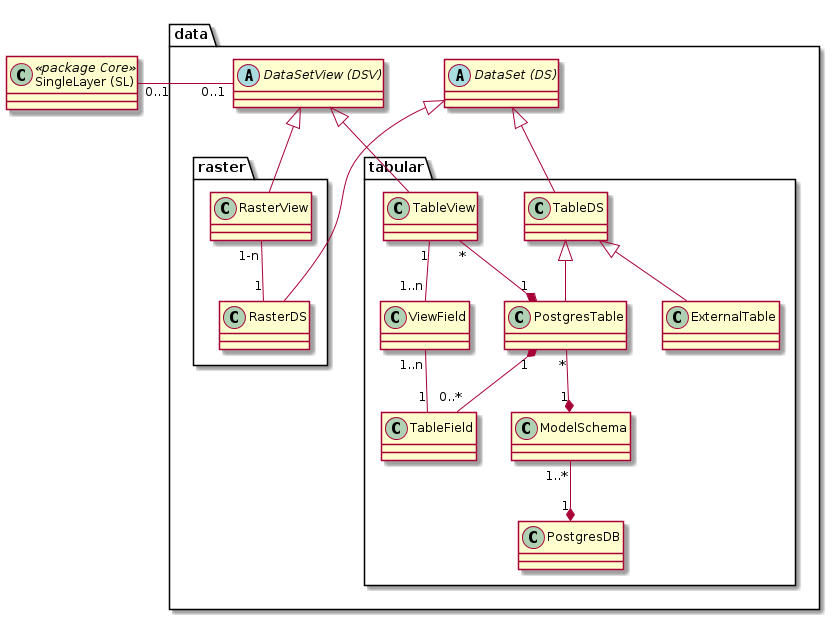
Above: puml_output/simi_data.png in simi-so/mm (PlantUML), before the change.
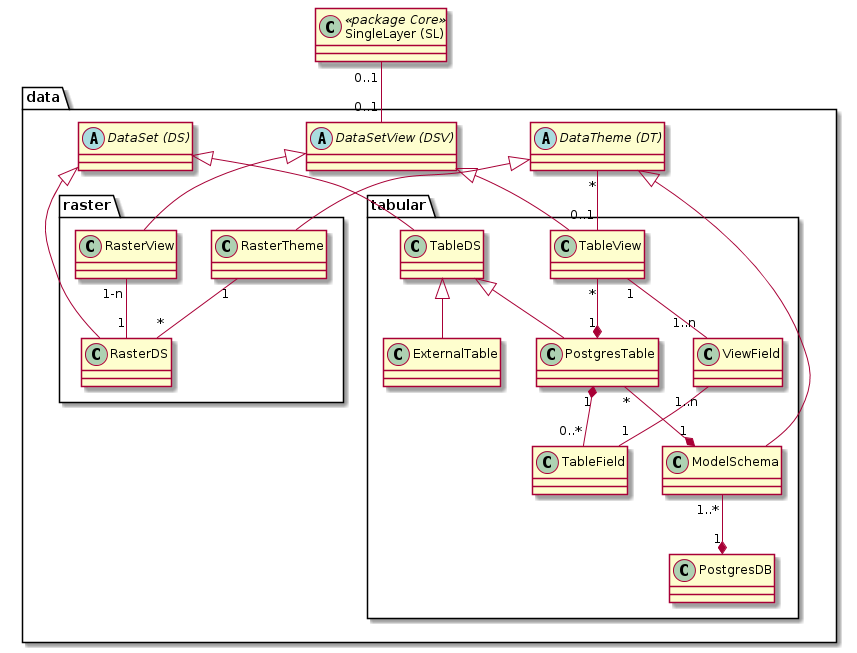
After the commit.

The edit, as a diff of the source:
```diff
@@ -1,49 +1,53 @@
 @startuml
 class "SingleLayer (SL)" as sl << package Core >>
+package data {
+    abstract class "DataSetView (DSV)" as dsv
+    abstract class "DataSet (DS)" as ds
+    abstract class "DataTheme (DT)" as dt
 
-package data {
+    package tabular {
+        class "TableView" as tv
+        class "TableDS" as tds
+        class "PostgresTable" as pt
+        class "ExternalTable" as et
+        class "TableDS" as tds
+        class "PostgresDB" as pdb
+        class "TableField" as tf
+        class "ViewField" as vf
+        class "ModelSchema" as ms
 
-abstract class "DataSetView (DSV)" as dsv
-abstract class "DataSet (DS)" as ds
+        tds <|-- pt
+        tds <|-- et
 
-package tabular {
-class "TableView" as tv
-class "TableDS" as tds
-class "PostgresTable" as pt
-class "ExternalTable" as et
-class "TableDS" as tds
-class "PostgresDB" as pdb
-class "TableField" as tf
-class "ViewField" as vf
-class "ModelSchema" as ms
+        tv "*" --* "1" pt
 
-tds <|-- pt
-tds <|-- et
+        pt "*" --* "1" ms
+        pt "1" *-- "0..*" tf
 
-sl "0..1" -right- "0..1" dsv : "               "
+        tv "1" -- "1..n" vf
+        vf "1..n" -- "1" tf
 
-tv "*" --* "1" pt
+        ms "1..*" --* "1" pdb
+    }
 
-pt "*" --* "1" ms
-pt "1" *-- "0..*" tf
+    package "raster"{
+        class "RasterTheme" as rt
+        class "RasterView" as rv
+        class "RasterDS" as rds
 
-tv "1" -- "1..n" vf
-vf "1..n" -- "1" tf
+        rt "1" -- "*" rds
+        rv "1-n" -- "1" rds
+    }
+    dt "*" -- "0..1" tv
 
-ms "1..*" --* "1" pdb
+    dt <|-- ms
+    dt <|-- rt
+
+    dsv <|-- rv
+    dsv <|-- tv
+
+    ds <|-- rds
+    ds <|-- tds
 }
-
-package "raster"{
-class "RasterView" as rv
-class "RasterDS" as rds
-
-rv "1-n" -- "1" rds
-}
-}
-
-dsv <|-- rv
-dsv <|-- tv
-
-ds <|-- rds
-ds <|-- tds
+sl "0..1" -- "0..1" dsv
 @enduml
```
